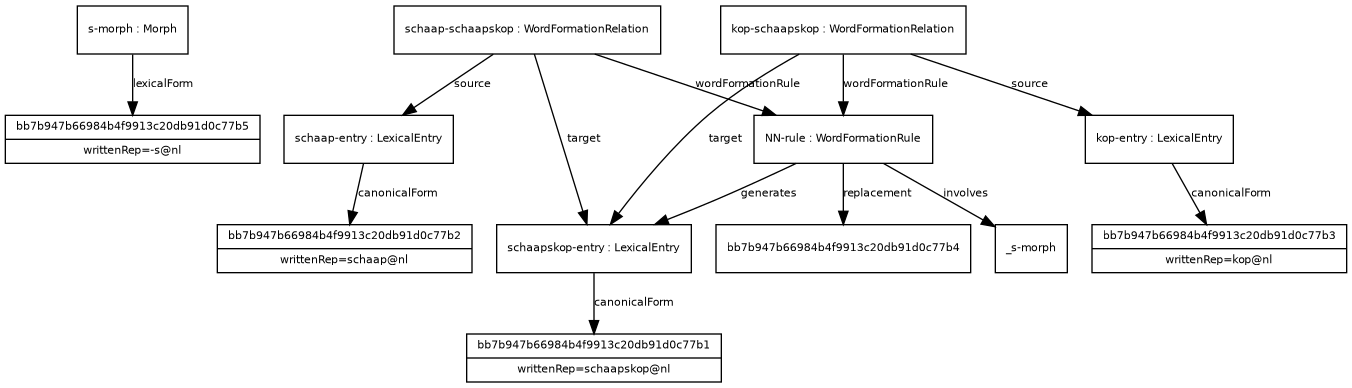
Before: examples/example_21.png, a diagram exported from Graphviz (ontolex/morph). Its source is kept beside it as examples/example_21.dot. The source it was exported from:
```dot
digraph G {
  fontname = "Bitstream Vera Sans"
    fontsize = 8

    node [
      fontname = "Bitstream Vera Sans"
      fontsize = 8
      shape = "record"
    ]

    edge [
      fontname = "Bitstream Vera Sans"
      fontsize = 8
    ]

bb7b947b66984b4f9913c20db91d0c77b5 [ label="{bb7b947b66984b4f9913c20db91d0c77b5|writtenRep=-s@nl}" ]
smorph -> bb7b947b66984b4f9913c20db91d0c77b5 [ label="lexicalForm" ]
smorph [ label="{s-morph : Morph}" ]
bb7b947b66984b4f9913c20db91d0c77b2 [ label="{bb7b947b66984b4f9913c20db91d0c77b2|writtenRep=schaap@nl}" ]
schaapentry -> bb7b947b66984b4f9913c20db91d0c77b2 [ label="canonicalForm" ]
schaapentry [ label="{schaap-entry : LexicalEntry}" ]
schaapschaapskop -> schaapentry [ label="source" ]
bb7b947b66984b4f9913c20db91d0c77b1 [ label="{bb7b947b66984b4f9913c20db91d0c77b1|writtenRep=schaapskop@nl}" ]
schaapskopentry -> bb7b947b66984b4f9913c20db91d0c77b1 [ label="canonicalForm" ]
schaapskopentry [ label="{schaapskop-entry : LexicalEntry}" ]
schaapschaapskop -> schaapskopentry [ label="target" ]
bb7b947b66984b4f9913c20db91d0c77b4 [ label="{bb7b947b66984b4f9913c20db91d0c77b4}" ]
NNrule -> bb7b947b66984b4f9913c20db91d0c77b4 [ label="replacement" ]
_smorph [ label="{_s-morph}" ]
NNrule -> _smorph [ label="involves" ]
NNrule -> schaapskopentry [ label="generates" ]
NNrule [ label="{NN-rule : WordFormationRule}" ]
schaapschaapskop -> NNrule [ label="wordFormationRule" ]
schaapschaapskop [ label="{schaap-schaapskop : WordFormationRelation}" ]
bb7b947b66984b4f9913c20db91d0c77b3 [ label="{bb7b947b66984b4f9913c20db91d0c77b3|writtenRep=kop@nl}" ]
kopentry -> bb7b947b66984b4f9913c20db91d0c77b3 [ label="canonicalForm" ]
kopentry [ label="{kop-entry : LexicalEntry}" ]
kopschaapskop -> kopentry [ label="source" ]
kopschaapskop -> schaapskopentry [ label="target" ]
kopschaapskop -> NNrule [ label="wordFormationRule" ]
kopschaapskop [ label="{kop-schaapskop : WordFormationRelation}" ]
}
```
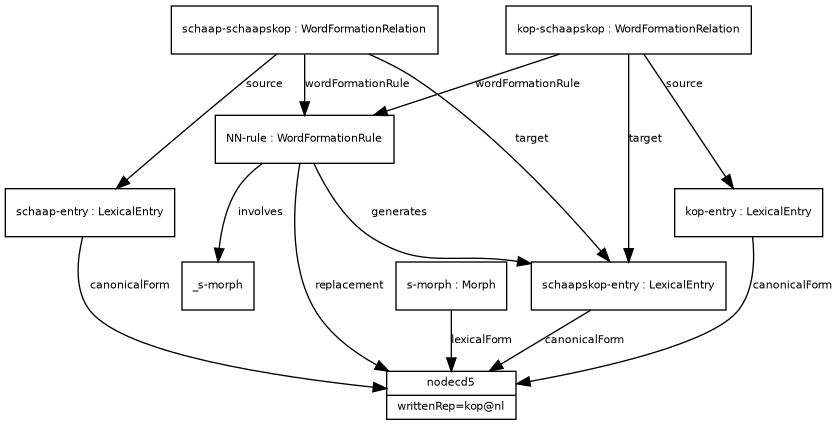
The same file after the commit.

Change to the diagram source:
```diff
@@ -13,27 +13,27 @@
       fontsize = 8
     ]
 
-bb7b947b66984b4f9913c20db91d0c77b5 [ label="{bb7b947b66984b4f9913c20db91d0c77b5|writtenRep=-s@nl}" ]
-smorph -> bb7b947b66984b4f9913c20db91d0c77b5 [ label="lexicalForm" ]
-smorph [ label="{s-morph : Morph}" ]
-bb7b947b66984b4f9913c20db91d0c77b2 [ label="{bb7b947b66984b4f9913c20db91d0c77b2|writtenRep=schaap@nl}" ]
-schaapentry -> bb7b947b66984b4f9913c20db91d0c77b2 [ label="canonicalForm" ]
+nodecd5 [ label="{nodecd5|writtenRep=schaap@nl}" ]
+schaapentry -> nodecd5 [ label="canonicalForm" ]
 schaapentry [ label="{schaap-entry : LexicalEntry}" ]
 schaapschaapskop -> schaapentry [ label="source" ]
-bb7b947b66984b4f9913c20db91d0c77b1 [ label="{bb7b947b66984b4f9913c20db91d0c77b1|writtenRep=schaapskop@nl}" ]
-schaapskopentry -> bb7b947b66984b4f9913c20db91d0c77b1 [ label="canonicalForm" ]
+nodecd5 [ label="{nodecd5|writtenRep=schaapskop@nl}" ]
+schaapskopentry -> nodecd5 [ label="canonicalForm" ]
 schaapskopentry [ label="{schaapskop-entry : LexicalEntry}" ]
 schaapschaapskop -> schaapskopentry [ label="target" ]
-bb7b947b66984b4f9913c20db91d0c77b4 [ label="{bb7b947b66984b4f9913c20db91d0c77b4}" ]
-NNrule -> bb7b947b66984b4f9913c20db91d0c77b4 [ label="replacement" ]
+nodecd5 [ label="{nodecd5}" ]
+NNrule -> nodecd5 [ label="replacement" ]
 _smorph [ label="{_s-morph}" ]
 NNrule -> _smorph [ label="involves" ]
 NNrule -> schaapskopentry [ label="generates" ]
 NNrule [ label="{NN-rule : WordFormationRule}" ]
 schaapschaapskop -> NNrule [ label="wordFormationRule" ]
 schaapschaapskop [ label="{schaap-schaapskop : WordFormationRelation}" ]
-bb7b947b66984b4f9913c20db91d0c77b3 [ label="{bb7b947b66984b4f9913c20db91d0c77b3|writtenRep=kop@nl}" ]
-kopentry -> bb7b947b66984b4f9913c20db91d0c77b3 [ label="canonicalForm" ]
+nodecd5 [ label="{nodecd5|writtenRep=-s@nl}" ]
+smorph -> nodecd5 [ label="lexicalForm" ]
+smorph [ label="{s-morph : Morph}" ]
+nodecd5 [ label="{nodecd5|writtenRep=kop@nl}" ]
+kopentry -> nodecd5 [ label="canonicalForm" ]
 kopentry [ label="{kop-entry : LexicalEntry}" ]
 kopschaapskop -> kopentry [ label="source" ]
 kopschaapskop -> schaapskopentry [ label="target" ]
```
